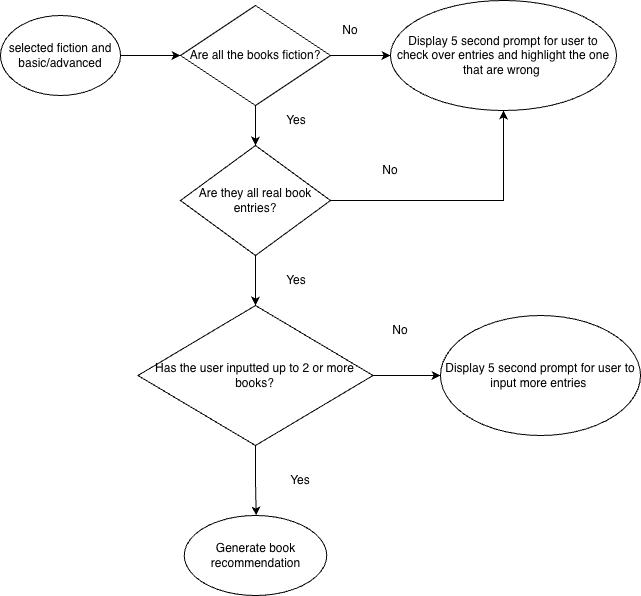
milajo2/portfolio keeps this draw.io diagram as images/bookseeker/fiction-edge-cases.png. Above is the earlier version. Source tidied: cells renumbered, new cells last; positions are measured from the earlier drawing's top-left corner, leaving out a move shared by most shapes. Its diagram source:
```xml
<mxGraphModel>
  <root>
    <mxCell id="0" />
    <mxCell id="1" parent="0" />
    <mxCell id="2" style="edgeStyle=orthogonalEdgeStyle;rounded=0;jettySize=auto;html=1;" parent="1" edge="1" source="3" target="7">
      <mxGeometry relative="1" as="geometry" />
    </mxCell>
    <mxCell id="3" value="selected fiction and basic/advanced" style="ellipse;whiteSpace=wrap;html=1;" parent="1" vertex="1">
      <mxGeometry y="15" width="120" height="80" as="geometry" />
    </mxCell>
    <mxCell id="4" style="edgeStyle=orthogonalEdgeStyle;rounded=0;jettySize=auto;html=1;" parent="1" edge="1" source="7" target="8">
      <mxGeometry relative="1" as="geometry" />
    </mxCell>
    <mxCell id="5" style="edgeStyle=orthogonalEdgeStyle;rounded=0;jettySize=auto;html=1;" parent="1" edge="1" source="7">
      <mxGeometry relative="1" as="geometry">
        <mxPoint x="255" y="145" as="targetPoint" />
      </mxGeometry>
    </mxCell>
    <mxCell id="6" style="edgeStyle=orthogonalEdgeStyle;rounded=0;jettySize=auto;html=1;" parent="1" edge="1" source="7" target="13">
      <mxGeometry relative="1" as="geometry" />
    </mxCell>
    <mxCell id="7" value="Are all the books fiction?" style="rhombus;whiteSpace=wrap;html=1;" parent="1" vertex="1">
      <mxGeometry x="180" y="5" width="150" height="100" as="geometry" />
    </mxCell>
    <mxCell id="8" value="Display 5 second prompt for user to check over entries and highlight the one that are wrong&amp;nbsp;" style="ellipse;whiteSpace=wrap;html=1;" parent="1" vertex="1">
      <mxGeometry x="390" width="226" height="110" as="geometry" />
    </mxCell>
    <mxCell id="9" value="No" style="text;html=1;whiteSpace=wrap;strokeColor=none;fillColor=none;align=center;verticalAlign=middle;rounded=0;" parent="1" vertex="1">
      <mxGeometry x="320" y="15" width="60" height="30" as="geometry" />
    </mxCell>
    <mxCell id="10" value="Yes" style="text;html=1;whiteSpace=wrap;strokeColor=none;fillColor=none;align=center;verticalAlign=middle;rounded=0;" parent="1" vertex="1">
      <mxGeometry x="266.2" y="105" width="60" height="30" as="geometry" />
    </mxCell>
    <mxCell id="11" style="edgeStyle=orthogonalEdgeStyle;rounded=0;jettySize=auto;html=1;entryX=0.5;entryY=1;entryDx=0;entryDy=0;" parent="1" edge="1" source="13" target="8">
      <mxGeometry relative="1" as="geometry" />
    </mxCell>
    <mxCell id="12" style="edgeStyle=orthogonalEdgeStyle;rounded=0;jettySize=auto;html=1;entryX=0.5;entryY=0;entryDx=0;entryDy=0;" parent="1" edge="1" source="13" target="18">
      <mxGeometry relative="1" as="geometry" />
    </mxCell>
    <mxCell id="13" value="Are they all real book entries?" style="rhombus;whiteSpace=wrap;html=1;" parent="1" vertex="1">
      <mxGeometry x="180" y="145" width="150" height="110" as="geometry" />
    </mxCell>
    <mxCell id="14" value="No" style="text;html=1;whiteSpace=wrap;strokeColor=none;fillColor=none;align=center;verticalAlign=middle;rounded=0;" parent="1" vertex="1">
      <mxGeometry x="360" y="155" width="60" height="30" as="geometry" />
    </mxCell>
    <mxCell id="15" value="Yes" style="text;html=1;whiteSpace=wrap;strokeColor=none;fillColor=none;align=center;verticalAlign=middle;rounded=0;" parent="1" vertex="1">
      <mxGeometry x="266.2" y="265" width="60" height="30" as="geometry" />
    </mxCell>
    <mxCell id="16" style="edgeStyle=orthogonalEdgeStyle;rounded=0;jettySize=auto;html=1;exitX=1;exitY=0.5;exitDx=0;exitDy=0;entryX=0;entryY=0.5;entryDx=0;entryDy=0;" parent="1" edge="1" source="18" target="19">
      <mxGeometry relative="1" as="geometry" />
    </mxCell>
    <mxCell id="17" style="edgeStyle=orthogonalEdgeStyle;rounded=0;jettySize=auto;html=1;exitX=0.5;exitY=1;exitDx=0;exitDy=0;" parent="1" edge="1" source="18">
      <mxGeometry relative="1" as="geometry">
        <mxPoint x="255.7" y="515" as="targetPoint" />
      </mxGeometry>
    </mxCell>
    <mxCell id="18" value="Has the user inputted up to 2 or more books?" style="rhombus;whiteSpace=wrap;html=1;" parent="1" vertex="1">
      <mxGeometry x="137.4" y="305" width="235.1" height="140" as="geometry" />
    </mxCell>
    <mxCell id="19" value="Display 5 second prompt for user to input more entries&amp;nbsp;" style="ellipse;whiteSpace=wrap;html=1;" parent="1" vertex="1">
      <mxGeometry x="440" y="315" width="200" height="120" as="geometry" />
    </mxCell>
    <mxCell id="20" value="Generate book recommendation" style="ellipse;whiteSpace=wrap;html=1;" parent="1" vertex="1">
      <mxGeometry x="183.8" y="515" width="142.5" height="80" as="geometry" />
    </mxCell>
    <mxCell id="21" value="No" style="text;html=1;whiteSpace=wrap;strokeColor=none;fillColor=none;align=center;verticalAlign=middle;rounded=0;" parent="1" vertex="1">
      <mxGeometry x="370" y="315" width="60" height="30" as="geometry" />
    </mxCell>
    <mxCell id="22" value="Yes" style="text;html=1;whiteSpace=wrap;strokeColor=none;fillColor=none;align=center;verticalAlign=middle;rounded=0;" parent="1" vertex="1">
      <mxGeometry x="270" y="465" width="60" height="30" as="geometry" />
    </mxCell>
  </root>
</mxGraphModel>
```
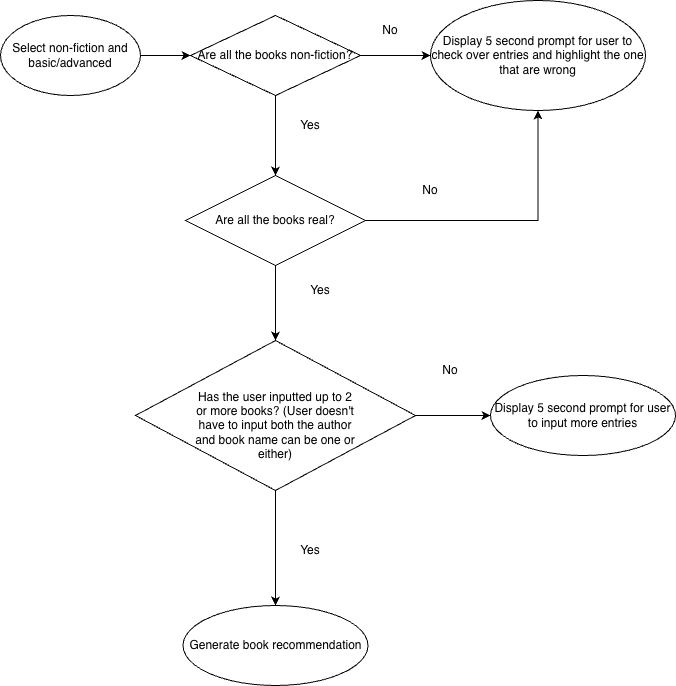
After the change.

What changed in the source:
```diff
@@ -2,72 +2,71 @@
   <root>
     <mxCell id="0" />
     <mxCell id="1" parent="0" />
-    <mxCell id="2" style="edgeStyle=orthogonalEdgeStyle;rounded=0;jettySize=auto;html=1;" parent="1" edge="1" source="3" target="7">
-      <mxGeometry relative="1" as="geometry" />
-    </mxCell>
-    <mxCell id="3" value="selected fiction and basic/advanced" style="ellipse;whiteSpace=wrap;html=1;" parent="1" vertex="1">
-      <mxGeometry y="15" width="120" height="80" as="geometry" />
-    </mxCell>
-    <mxCell id="4" style="edgeStyle=orthogonalEdgeStyle;rounded=0;jettySize=auto;html=1;" parent="1" edge="1" source="7" target="8">
-      <mxGeometry relative="1" as="geometry" />
-    </mxCell>
-    <mxCell id="5" style="edgeStyle=orthogonalEdgeStyle;rounded=0;jettySize=auto;html=1;" parent="1" edge="1" source="7">
-      <mxGeometry relative="1" as="geometry">
-        <mxPoint x="255" y="145" as="targetPoint" />
-      </mxGeometry>
-    </mxCell>
-    <mxCell id="6" style="edgeStyle=orthogonalEdgeStyle;rounded=0;jettySize=auto;html=1;" parent="1" edge="1" source="7" target="13">
-      <mxGeometry relative="1" as="geometry" />
-    </mxCell>
-    <mxCell id="7" value="Are all the books fiction?" style="rhombus;whiteSpace=wrap;html=1;" parent="1" vertex="1">
-      <mxGeometry x="180" y="5" width="150" height="100" as="geometry" />
-    </mxCell>
+    <mxCell id="23" style="edgeStyle=orthogonalEdgeStyle;rounded=0;jettySize=auto;html=1;" parent="1" edge="1" source="24" target="27">
+      <mxGeometry relative="1" as="geometry" />
+    </mxCell>
+    <mxCell id="24" value="Select non-fiction and basic/advanced" style="ellipse;whiteSpace=wrap;html=1;" parent="1" vertex="1">
+      <mxGeometry x="-30" y="-35" width="140" height="80" as="geometry" />
+    </mxCell>
+    <mxCell id="25" style="edgeStyle=orthogonalEdgeStyle;rounded=0;jettySize=auto;html=1;" parent="1" edge="1" source="27" target="30">
+      <mxGeometry relative="1" as="geometry" />
+    </mxCell>
+    <mxCell id="26" style="edgeStyle=orthogonalEdgeStyle;rounded=0;jettySize=auto;html=1;" parent="1" edge="1" source="27" target="8">
+      <mxGeometry relative="1" as="geometry" />
+    </mxCell>
+    <mxCell id="27" value="Are all the books non-fiction?" style="rhombus;whiteSpace=wrap;html=1;" parent="1" vertex="1">
+      <mxGeometry x="160" y="-35" width="170" height="80" as="geometry" />
+    </mxCell>
+    <mxCell id="28" style="edgeStyle=orthogonalEdgeStyle;rounded=0;jettySize=auto;html=1;" parent="1" edge="1" source="30" target="33">
+      <mxGeometry relative="1" as="geometry" />
+    </mxCell>
+    <mxCell id="29" style="edgeStyle=orthogonalEdgeStyle;rounded=0;jettySize=auto;html=1;" parent="1" edge="1" source="30" target="8">
+      <mxGeometry relative="1" as="geometry" />
+    </mxCell>
+    <mxCell id="30" value="Are all the books real?" style="rhombus;whiteSpace=wrap;html=1;" parent="1" vertex="1">
+      <mxGeometry x="155" y="125" width="180" height="90" as="geometry" />
+    </mxCell>
+    <mxCell id="31" style="edgeStyle=orthogonalEdgeStyle;rounded=0;jettySize=auto;html=1;" parent="1" edge="1" source="33" target="19">
+      <mxGeometry relative="1" as="geometry" />
+    </mxCell>
+    <mxCell id="32" style="edgeStyle=orthogonalEdgeStyle;rounded=0;jettySize=auto;html=1;" parent="1" edge="1" source="33" target="20">
+      <mxGeometry relative="1" as="geometry" />
+    </mxCell>
+    <mxCell id="33" style="rhombus;whiteSpace=wrap;html=1;" parent="1" vertex="1">
+      <mxGeometry x="105" y="290" width="280" height="150" as="geometry" />
+    </mxCell>
+    <mxCell id="34" value="Has the user inputted up to 2 or more books? (User doesn't have to input both the author and book name can be one or either)" style="text;html=1;whiteSpace=wrap;strokeColor=none;fillColor=none;align=center;verticalAlign=middle;rounded=0;" parent="1" vertex="1">
+      <mxGeometry x="162" y="365" width="166" height="20" as="geometry" />
+    </mxCell>
+    <mxCell id="35" style="edgeStyle=orthogonalEdgeStyle;rounded=0;orthogonalLoop=1;jettySize=auto;html=1;exitX=0.5;exitY=1;exitDx=0;exitDy=0;" parent="1" edge="1" source="34" target="34">
+      <mxGeometry relative="1" as="geometry" />
+    </mxCell>
-    <mxCell id="8" value="Display 5 second prompt for user to check over entries and highlight the one that are wrong&amp;nbsp;" style="ellipse;whiteSpace=wrap;html=1;" parent="1" vertex="1">
-      <mxGeometry x="390" width="226" height="110" as="geometry" />
+    <mxCell id="8" value="Display 5 second prompt for user to check over entries and highlight the one that are wrong" style="ellipse;whiteSpace=wrap;html=1;" parent="1" vertex="1">
+      <mxGeometry x="400" y="-50" width="215" height="110" as="geometry" />
     </mxCell>
-    <mxCell id="9" value="No" style="text;html=1;whiteSpace=wrap;strokeColor=none;fillColor=none;align=center;verticalAlign=middle;rounded=0;" parent="1" vertex="1">
-      <mxGeometry x="320" y="15" width="60" height="30" as="geometry" />
-    </mxCell>
-    <mxCell id="10" value="Yes" style="text;html=1;whiteSpace=wrap;strokeColor=none;fillColor=none;align=center;verticalAlign=middle;rounded=0;" parent="1" vertex="1">
-      <mxGeometry x="266.2" y="105" width="60" height="30" as="geometry" />
-    </mxCell>
-    <mxCell id="11" style="edgeStyle=orthogonalEdgeStyle;rounded=0;jettySize=auto;html=1;entryX=0.5;entryY=1;entryDx=0;entryDy=0;" parent="1" edge="1" source="13" target="8">
-      <mxGeometry relative="1" as="geometry" />
-    </mxCell>
-    <mxCell id="12" style="edgeStyle=orthogonalEdgeStyle;rounded=0;jettySize=auto;html=1;entryX=0.5;entryY=0;entryDx=0;entryDy=0;" parent="1" edge="1" source="13" target="18">
-      <mxGeometry relative="1" as="geometry" />
-    </mxCell>
-    <mxCell id="13" value="Are they all real book entries?" style="rhombus;whiteSpace=wrap;html=1;" parent="1" vertex="1">
-      <mxGeometry x="180" y="145" width="150" height="110" as="geometry" />
-    </mxCell>
-    <mxCell id="14" value="No" style="text;html=1;whiteSpace=wrap;strokeColor=none;fillColor=none;align=center;verticalAlign=middle;rounded=0;" parent="1" vertex="1">
-      <mxGeometry x="360" y="155" width="60" height="30" as="geometry" />
-    </mxCell>
-    <mxCell id="15" value="Yes" style="text;html=1;whiteSpace=wrap;strokeColor=none;fillColor=none;align=center;verticalAlign=middle;rounded=0;" parent="1" vertex="1">
-      <mxGeometry x="266.2" y="265" width="60" height="30" as="geometry" />
-    </mxCell>
-    <mxCell id="16" style="edgeStyle=orthogonalEdgeStyle;rounded=0;jettySize=auto;html=1;exitX=1;exitY=0.5;exitDx=0;exitDy=0;entryX=0;entryY=0.5;entryDx=0;entryDy=0;" parent="1" edge="1" source="18" target="19">
-      <mxGeometry relative="1" as="geometry" />
-    </mxCell>
-    <mxCell id="17" style="edgeStyle=orthogonalEdgeStyle;rounded=0;jettySize=auto;html=1;exitX=0.5;exitY=1;exitDx=0;exitDy=0;" parent="1" edge="1" source="18">
-      <mxGeometry relative="1" as="geometry">
-        <mxPoint x="255.7" y="515" as="targetPoint" />
-      </mxGeometry>
-    </mxCell>
-    <mxCell id="18" value="Has the user inputted up to 2 or more books?" style="rhombus;whiteSpace=wrap;html=1;" parent="1" vertex="1">
-      <mxGeometry x="137.4" y="305" width="235.1" height="140" as="geometry" />
-    </mxCell>
-    <mxCell id="19" value="Display 5 second prompt for user to input more entries&amp;nbsp;" style="ellipse;whiteSpace=wrap;html=1;" parent="1" vertex="1">
-      <mxGeometry x="440" y="315" width="200" height="120" as="geometry" />
+    <mxCell id="19" value="Display 5 second prompt for user to input more entries" style="ellipse;whiteSpace=wrap;html=1;" parent="1" vertex="1">
+      <mxGeometry x="460" y="325" width="185" height="80" as="geometry" />
     </mxCell>
     <mxCell id="20" value="Generate book recommendation" style="ellipse;whiteSpace=wrap;html=1;" parent="1" vertex="1">
-      <mxGeometry x="183.8" y="515" width="142.5" height="80" as="geometry" />
+      <mxGeometry x="152.5" y="555" width="185" height="80" as="geometry" />
     </mxCell>
-    <mxCell id="21" value="No" style="text;html=1;whiteSpace=wrap;strokeColor=none;fillColor=none;align=center;verticalAlign=middle;rounded=0;" parent="1" vertex="1">
-      <mxGeometry x="370" y="315" width="60" height="30" as="geometry" />
-    </mxCell>
-    <mxCell id="22" value="Yes" style="text;html=1;whiteSpace=wrap;strokeColor=none;fillColor=none;align=center;verticalAlign=middle;rounded=0;" parent="1" vertex="1">
-      <mxGeometry x="270" y="465" width="60" height="30" as="geometry" />
-    </mxCell>
+    <mxCell id="36" value="Yes" style="text;html=1;whiteSpace=wrap;strokeColor=none;fillColor=none;align=center;verticalAlign=middle;rounded=0;" parent="1" vertex="1">
+      <mxGeometry x="250" y="60" width="60" height="30" as="geometry" />
+    </mxCell>
+    <mxCell id="37" value="Yes" style="text;html=1;whiteSpace=wrap;strokeColor=none;fillColor=none;align=center;verticalAlign=middle;rounded=0;" parent="1" vertex="1">
+      <mxGeometry x="260" y="225" width="60" height="30" as="geometry" />
+    </mxCell>
+    <mxCell id="38" value="Yes" style="text;html=1;whiteSpace=wrap;strokeColor=none;fillColor=none;align=center;verticalAlign=middle;rounded=0;" parent="1" vertex="1">
+      <mxGeometry x="250" y="485" width="60" height="30" as="geometry" />
+    </mxCell>
+    <mxCell id="39" value="No" style="text;html=1;whiteSpace=wrap;strokeColor=none;fillColor=none;align=center;verticalAlign=middle;rounded=0;" parent="1" vertex="1">
+      <mxGeometry x="390" y="305" width="60" height="30" as="geometry" />
+    </mxCell>
+    <mxCell id="40" value="No" style="text;html=1;whiteSpace=wrap;strokeColor=none;fillColor=none;align=center;verticalAlign=middle;rounded=0;" parent="1" vertex="1">
+      <mxGeometry x="370" y="125" width="60" height="30" as="geometry" />
+    </mxCell>
+    <mxCell id="41" value="No" style="text;html=1;whiteSpace=wrap;strokeColor=none;fillColor=none;align=center;verticalAlign=middle;rounded=0;" parent="1" vertex="1">
+      <mxGeometry x="330" y="-35" width="60" height="30" as="geometry" />
+    </mxCell>
   </root>
 </mxGraphModel>
```
